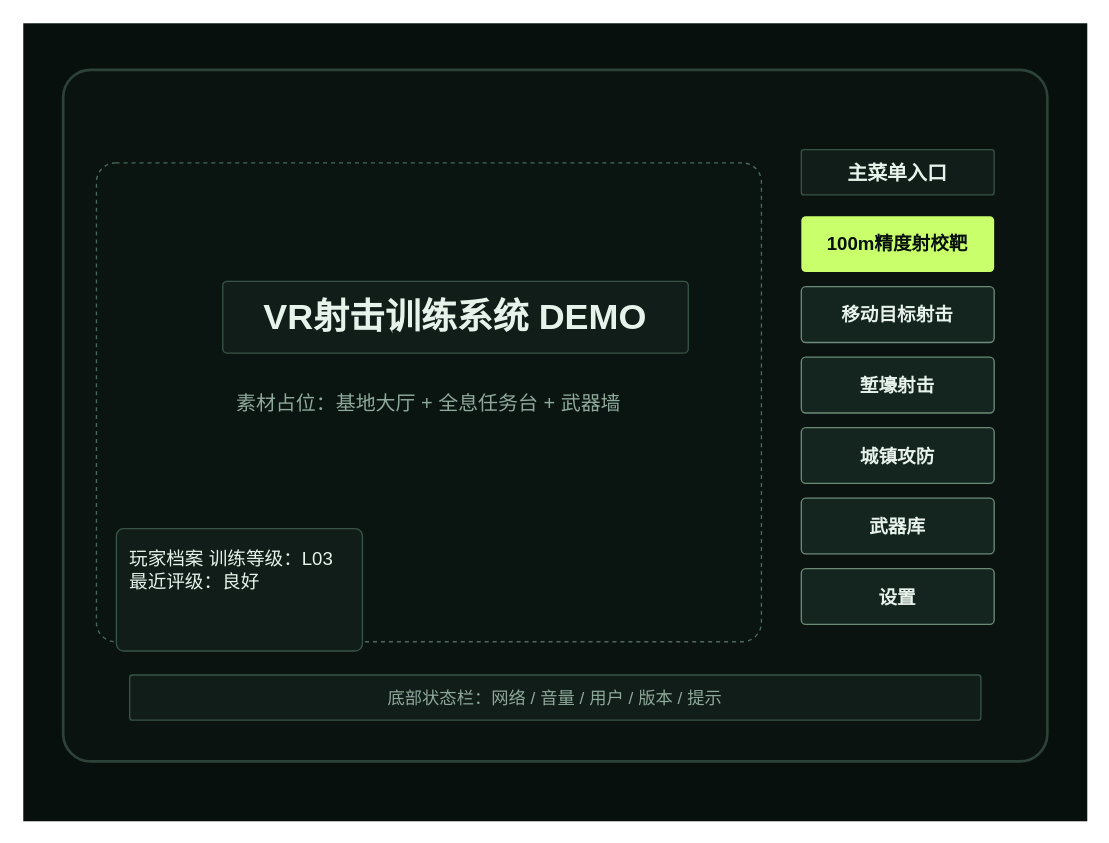
Above: page "02 游戏主界面" (2 of 23) of UI/Sample/vr-shooting-ui-reference-wireframes.drawio in 96shui/SimulatedShooting (draw.io), before the change. Source tidied: cells renumbered, new cells numbered last; positions are measured from the earlier drawing's top-left corner, leaving out a move shared by most shapes. Both pictures are drawn from the tidied source at 133%, with x=0, y=0 at pixel (23, 23).
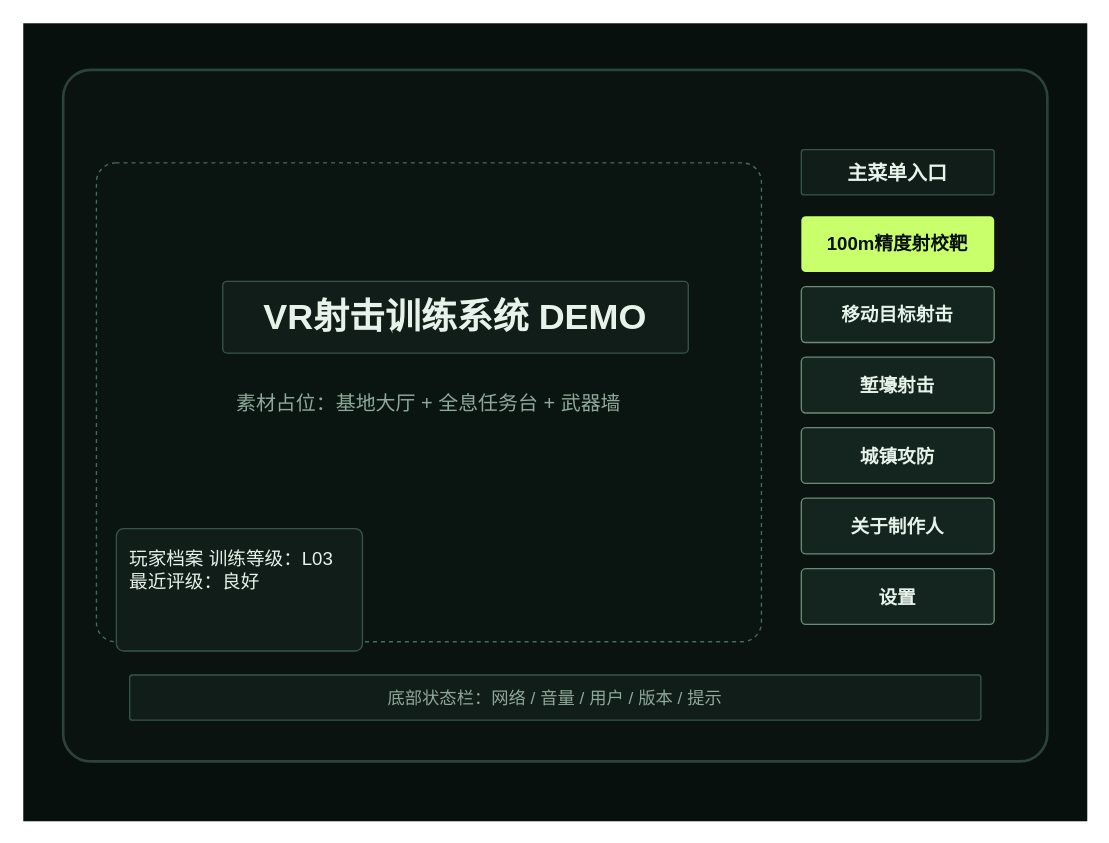
After the change.

Change to the diagram source:
```diff
@@
 <mxGraphModel>
   <root>
     <mxCell id="0" />
     <mxCell id="1" parent="0" />
     <mxCell id="2" style="rounded=0;fillColor=#07100d;strokeColor=none;" parent="1" vertex="1">
       <mxGeometry width="800" height="600" as="geometry" />
     </mxCell>
     <mxCell id="3" style="rounded=1;arcSize=4;fillColor=#0b1310;strokeColor=#2d4238;strokeWidth=2;" parent="1" vertex="1">
       <mxGeometry x="30" y="35" width="740" height="520" as="geometry" />
     </mxCell>
     <mxCell id="4" value="素材占位：基地大厅 + 全息任务台 + 武器墙" style="rounded=1;dashed=1;arcSize=4;fillColor=#0a1512;strokeColor=#496b5a;fontColor=#8fa99b;fontSize=15;align=center;verticalAlign=middle;whiteSpace=wrap;html=1;" parent="1" vertex="1">
       <mxGeometry x="55" y="105" width="500" height="360" as="geometry" />
     </mxCell>
     <mxCell id="5" value="VR射击训练系统 DEMO" style="rounded=1;arcSize=6;whiteSpace=wrap;html=1;fillColor=#111d18;strokeColor=#385447;align=center;verticalAlign=middle;fontColor=#e7f2eb;fontSize=27;fontStyle=1;spacing=8;" parent="1" vertex="1">
       <mxGeometry x="150" y="194" width="350" height="54" as="geometry" />
     </mxCell>
     <mxCell id="6" value="玩家档案 训练等级：L03 最近评级：良好" style="rounded=1;arcSize=6;fillColor=#111d18;strokeColor=#385447;fontColor=#e7f2eb;fontSize=14;align=left;verticalAlign=top;spacing=10;whiteSpace=wrap;html=1;" parent="1" vertex="1">
       <mxGeometry x="70" y="380" width="185" height="92" as="geometry" />
     </mxCell>
     <mxCell id="7" value="主菜单入口" style="rounded=1;arcSize=6;fillColor=#111d18;strokeColor=#385447;fontColor=#e7f2eb;fontSize=15;fontStyle=1;align=center;whiteSpace=wrap;html=1;" parent="1" vertex="1">
       <mxGeometry x="585" y="95" width="145" height="34" as="geometry" />
     </mxCell>
     <mxCell id="8" value="100m精度射校靶" style="rounded=1;arcSize=8;fillColor=#c8ff6a;strokeColor=none;fontColor=#07100d;fontSize=14;fontStyle=1;whiteSpace=wrap;html=1;" parent="1" vertex="1">
       <mxGeometry x="585" y="145" width="145" height="42" as="geometry" />
     </mxCell>
     <mxCell id="9" value="移动目标射击" style="rounded=1;arcSize=8;fillColor=#14251f;strokeColor=#6b8a77;fontColor=#e7f2eb;fontSize=14;fontStyle=1;whiteSpace=wrap;html=1;" parent="1" vertex="1">
       <mxGeometry x="585" y="198" width="145" height="42" as="geometry" />
     </mxCell>
     <mxCell id="10" value="堑壕射击" style="rounded=1;arcSize=8;fillColor=#14251f;strokeColor=#6b8a77;fontColor=#e7f2eb;fontSize=14;fontStyle=1;" parent="1" vertex="1">
       <mxGeometry x="585" y="251" width="145" height="42" as="geometry" />
     </mxCell>
     <mxCell id="11" value="城镇攻防" style="rounded=1;arcSize=8;fillColor=#14251f;strokeColor=#6b8a77;fontColor=#e7f2eb;fontSize=14;fontStyle=1;" parent="1" vertex="1">
       <mxGeometry x="585" y="304" width="145" height="42" as="geometry" />
     </mxCell>
-    <mxCell id="12" value="武器库" style="rounded=1;arcSize=8;fillColor=#14251f;strokeColor=#6b8a77;fontColor=#e7f2eb;fontSize=14;fontStyle=1;" parent="1" vertex="1">
+    <mxCell id="12" value="关于制作人" style="rounded=1;arcSize=8;fillColor=#14251f;strokeColor=#6b8a77;fontColor=#e7f2eb;fontSize=14;fontStyle=1;" parent="1" vertex="1">
       <mxGeometry x="585" y="357" width="145" height="42" as="geometry" />
     </mxCell>
     <mxCell id="13" value="设置" style="rounded=1;arcSize=8;fillColor=#14251f;strokeColor=#6b8a77;fontColor=#e7f2eb;fontSize=14;fontStyle=1;" parent="1" vertex="1">
       <mxGeometry x="585" y="410" width="145" height="42" as="geometry" />
     </mxCell>
     <mxCell id="14" value="底部状态栏：网络 / 音量 / 用户 / 版本 / 提示" style="rounded=1;arcSize=6;fillColor=#111d18;strokeColor=#385447;fontColor=#8fa99b;fontSize=13;align=center;whiteSpace=wrap;html=1;" parent="1" vertex="1">
       <mxGeometry x="80" y="490" width="640" height="34" as="geometry" />
     </mxCell>
   </root>
 </mxGraphModel>
```
